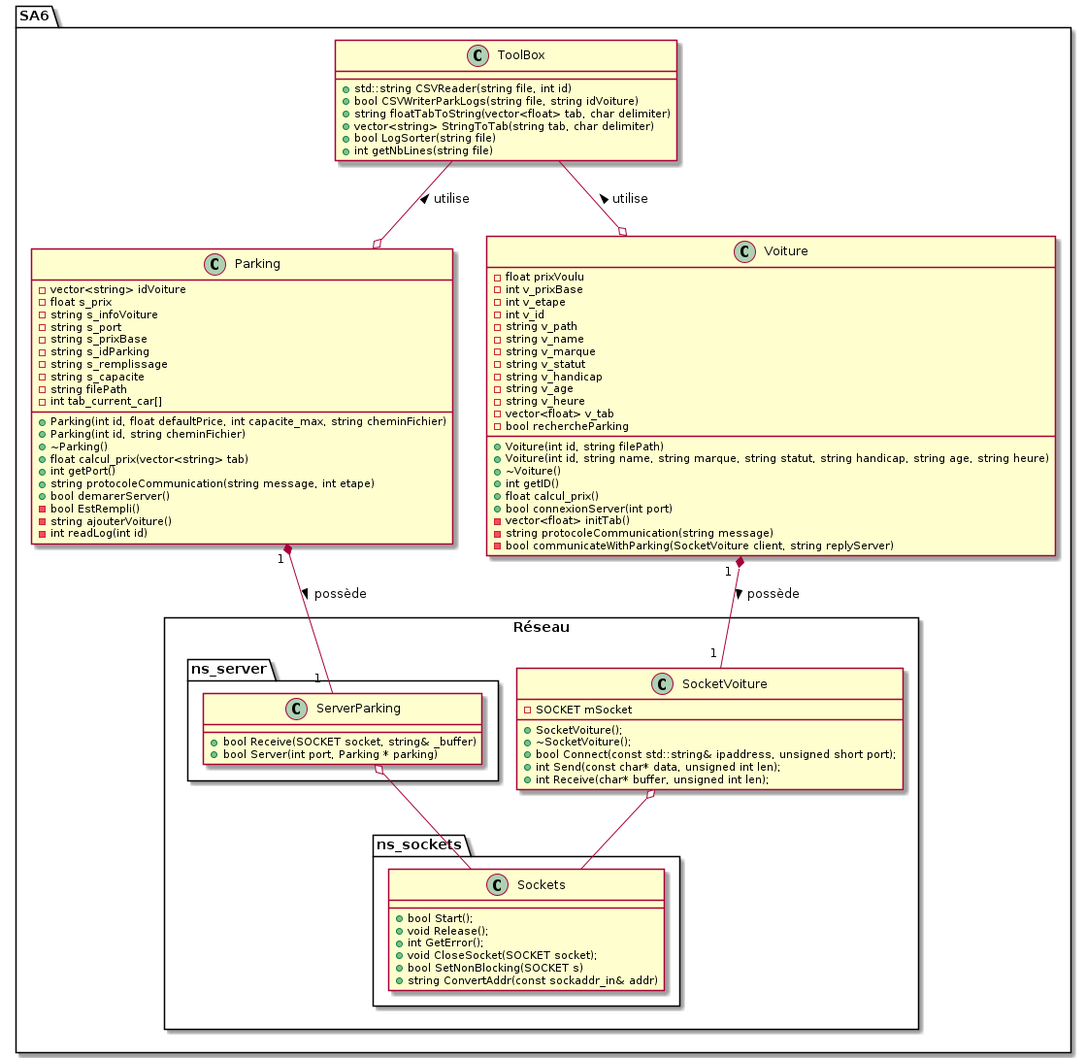
Earlier version of the PlantUML export SA6/doc/SA6_uml.png (KevinFroissart/SA6_CarPark_AI). Source of this version:
```plantuml
@startuml SA6_uml

package SA6 {

    class ToolBox {

        + std::string CSVReader(string file, int id)
        + bool CSVWriterParkLogs(string file, string idVoiture)
        + string floatTabToString(vector<float> tab, char delimiter)
        + vector<string> StringToTab(string tab, char delimiter)
        + bool LogSorter(string file)
        + int getNbLines(string file)
    }

    class Parking {
        - vector<string> idVoiture
        - float s_prix
        - string s_infoVoiture
        - string s_port
        - string s_prixBase
        - string s_idParking
        - string s_remplissage
        - string s_capacite
        - string filePath
        - int tab_current_car[]

        + Parking(int id, float defaultPrice, int capacite_max, string cheminFichier)
        + Parking(int id, string cheminFichier)
        + ~Parking()
        + float calcul_prix(vector<string> tab)
        + int getPort()
        + string protocoleCommunication(string message, int etape)
        + bool demarerServer()
        - bool EstRempli()
        - string ajouterVoiture()
        - int readLog(int id)
    }

    Class Voiture {
        - float prixVoulu
        - int v_prixBase
        - int v_etape
        - int v_id
        - string v_path
        - string v_name
        - string v_marque
        - string v_statut
        - string v_handicap
        - string v_age
        - string v_heure
        - vector<float> v_tab
        - bool rechercheParking

        + Voiture(int id, string filePath)
        + Voiture(int id, string name, string marque, string statut, string handicap, string age, string heure)
        + ~Voiture()
        + int getID()
        + float calcul_prix()
        + bool connexionServer(int port)
        - vector<float> initTab()
        - string protocoleCommunication(string message)
        - bool communicateWithParking(SocketVoiture client, string replyServer)
    }

    package Réseau <<Rectangle>> {

        package ns_server {
            Class ServerParking {

                + bool Receive(SOCKET socket, string& _buffer)
                + bool Server(int port, Parking * parking)
            }
        }

        Class SocketVoiture {
            - SOCKET mSocket

            + SocketVoiture();
            + ~SocketVoiture();
            + bool Connect(const std::string& ipaddress, unsigned short port);
            + int Send(const char* data, unsigned int len);
            + int Receive(char* buffer, unsigned int len);
        }

        package ns_sockets{

            Class Sockets {

                + bool Start();
                + void Release();
                + int GetError();
                + void CloseSocket(SOCKET socket);
                + bool SetNonBlocking(SOCKET s)
                + string ConvertAddr(const sockaddr_in& addr)
            }
        }
    }
}

ToolBox --o Voiture : utilise <
ToolBox --o Parking : utilise <

Parking "1 " *-- "1  " ServerParking : > possède
Voiture "1  " *-- "1 " SocketVoiture : possède >

SocketVoiture o-- Sockets
ServerParking o-- Sockets


@enduml
```
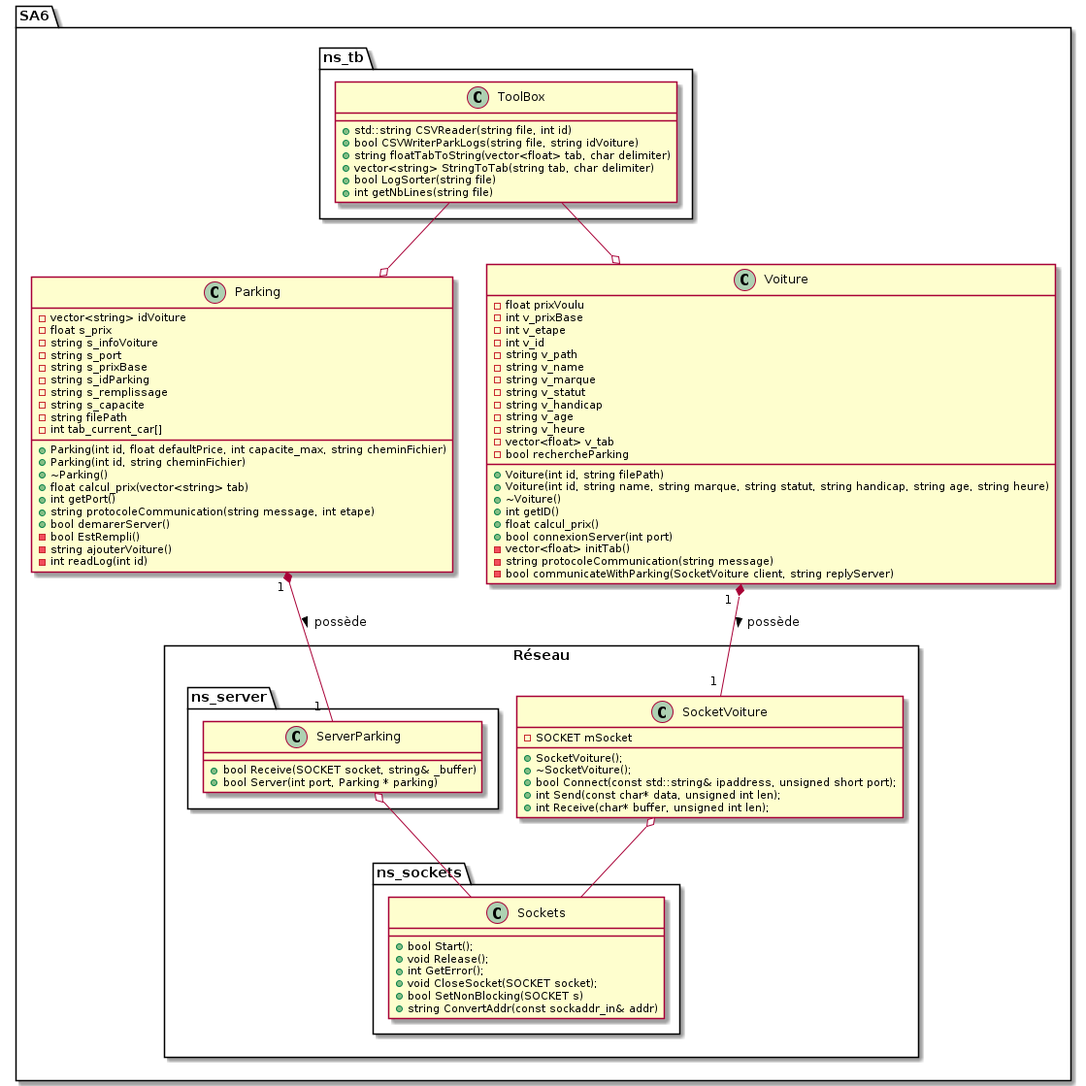
Later version of the same file.

Commit message:
update uml & makefile

Change to the diagram source:
```diff
@@ -2,14 +2,16 @@
 
 package SA6 {
 
-    class ToolBox {
+    package ns_tb {
+        class ToolBox {
 
-        + std::string CSVReader(string file, int id)
-        + bool CSVWriterParkLogs(string file, string idVoiture)
-        + string floatTabToString(vector<float> tab, char delimiter)
-        + vector<string> StringToTab(string tab, char delimiter)
-        + bool LogSorter(string file)
-        + int getNbLines(string file)
+            + std::string CSVReader(string file, int id)
+            + bool CSVWriterParkLogs(string file, string idVoiture)
+            + string floatTabToString(vector<float> tab, char delimiter)
+            + vector<string> StringToTab(string tab, char delimiter)
+            + bool LogSorter(string file)
+            + int getNbLines(string file)
+        }
     }
 
     class Parking {
@@ -97,8 +99,8 @@
     }
 }
 
-ToolBox --o Voiture : utilise <
-ToolBox --o Parking : utilise <
+ToolBox --o Voiture
+ToolBox --o Parking
 
 Parking "1 " *-- "1  " ServerParking : > possède
 Voiture "1  " *-- "1 " SocketVoiture : possède >
```
